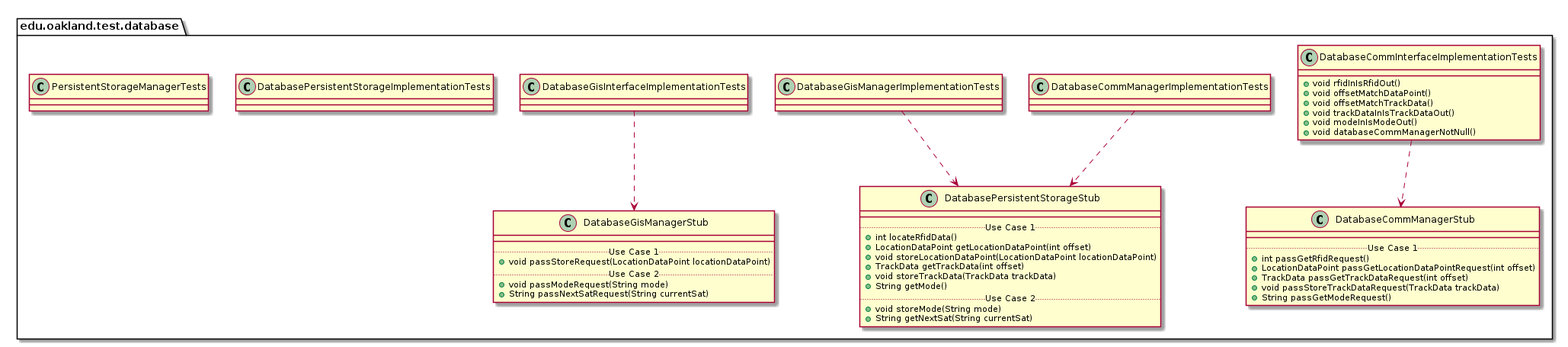
elilley15/csi-3370-software-project keeps this PlantUML diagram as docs/uml-class-diagrams/database/test/DatabaseTestPackage_InternalDependencies.png. Above is the earlier version.
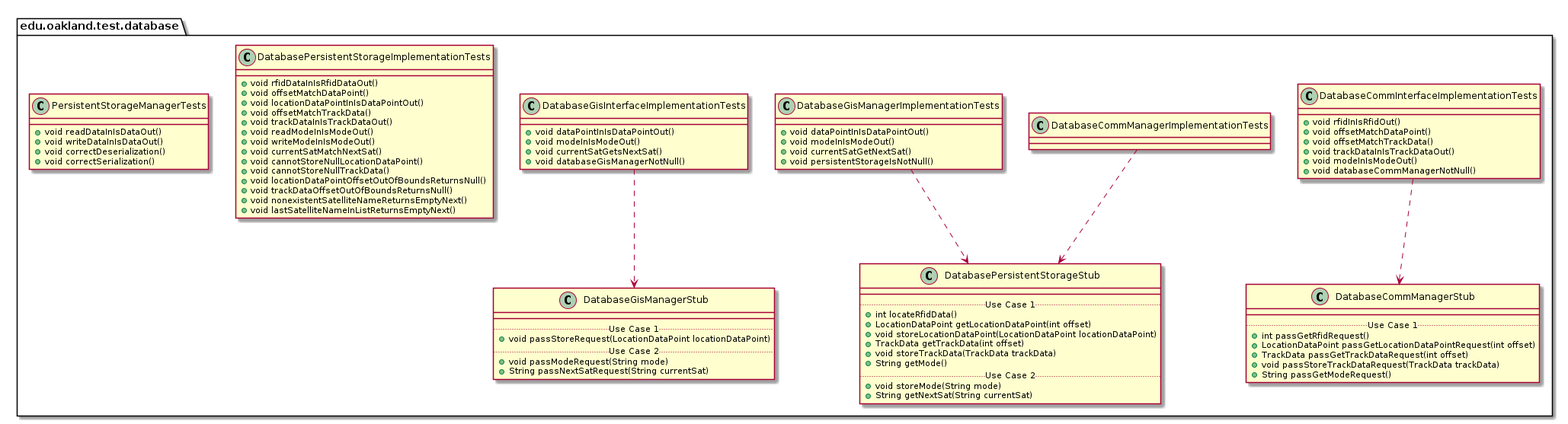
The same diagram one commit later.

Diff of the diagram source:
```diff
@@ -60,7 +60,10 @@
 
 package edu.oakland.test.database {
     class DatabaseGisInterfaceImplementationTests {
-
+        + void dataPointInIsDataPointOut()
+        + void modeInIsModeOut()
+        + void currentSatGetsNextSat()
+        + void databaseGisManagerNotNull()
     }
 }
 
@@ -81,7 +84,10 @@
 
 package edu.oakland.test.database {
     class DatabaseGisManagerImplementationTests {
-
+        + void dataPointInIsDataPointOut()
+        + void modeInIsModeOut()
+        + void currentSatGetNextSat()
+        + void persistentStorageIsNotNull()
     }
 }
 
@@ -90,14 +96,30 @@
 
 package edu.oakland.test.database {
     class DatabasePersistentStorageImplementationTests {
-
+        + void rfidDataInIsRfidDataOut()
+        + void offsetMatchDataPoint()
+        + void locationDataPointInIsDataPointOut()
+        + void offsetMatchTrackData()
+        + void trackDataInIsTrackDataOut()
+        + void readModeInIsModeOut()
+        + void writeModeInIsModeOut()
+        + void currentSatMatchNextSat()
+        + void cannotStoreNullLocationDataPoint()
+        + void cannotStoreNullTrackData()
+        + void locationDataPointOffsetOutOfBoundsReturnsNull()
+        + void trackDataOffsetOutOfBoundsReturnsNull()
+        + void nonexistentSatelliteNameReturnsEmptyNext()
+        + void lastSatelliteNameInListReturnsEmptyNext()
     }
 }
 
 
 package edu.oakland.test.database {
     class PersistentStorageManagerTests {
-
+        + void readDataInIsDataOut()
+        + void writeDataInIsDataOut()
+        + void correctDeserialization()
+        + void correctSerialization()
     }
 }
 
```
